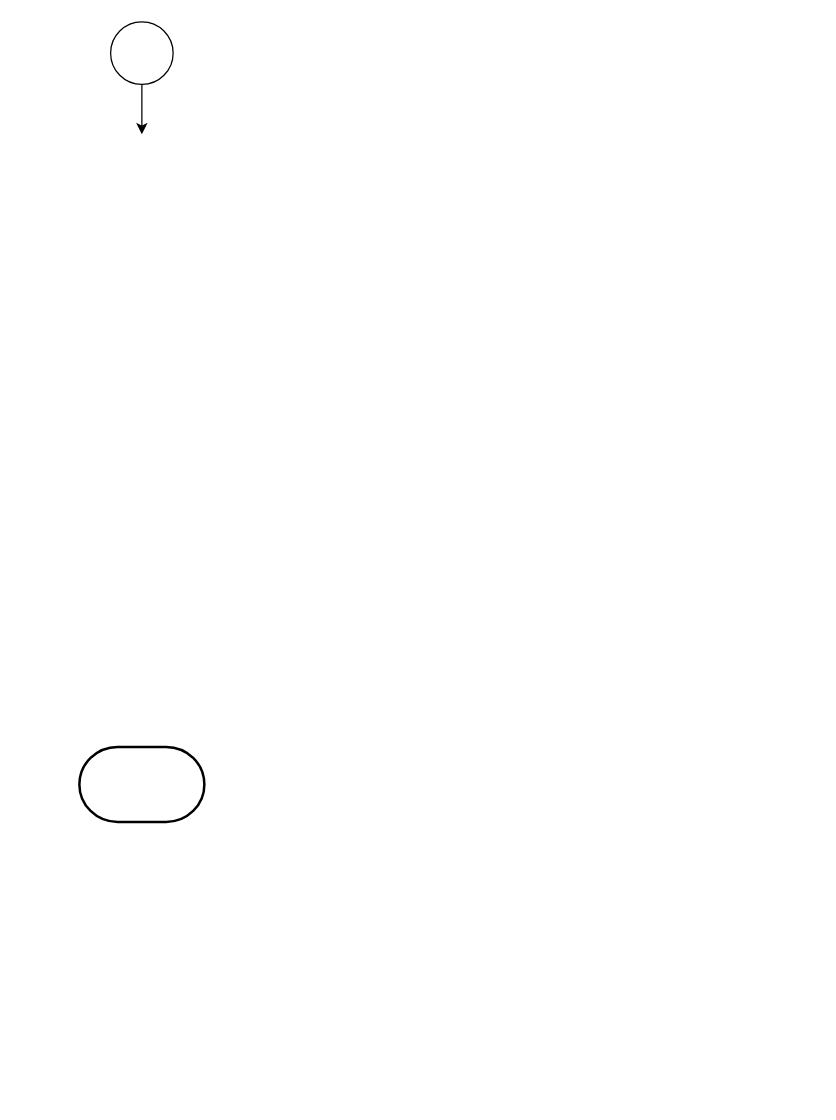
The draw.io diagram Ex.11.drawio in rafaelengineer/Curso_Logica_Acc, before the edit. Source tidied: cells renumbered, new cells numbered last; positions are measured from the earlier drawing's top-left corner, leaving out a move shared by most shapes. Both pictures are drawn from the tidied source at 125%, with x=0, y=0 at pixel (79, 21).
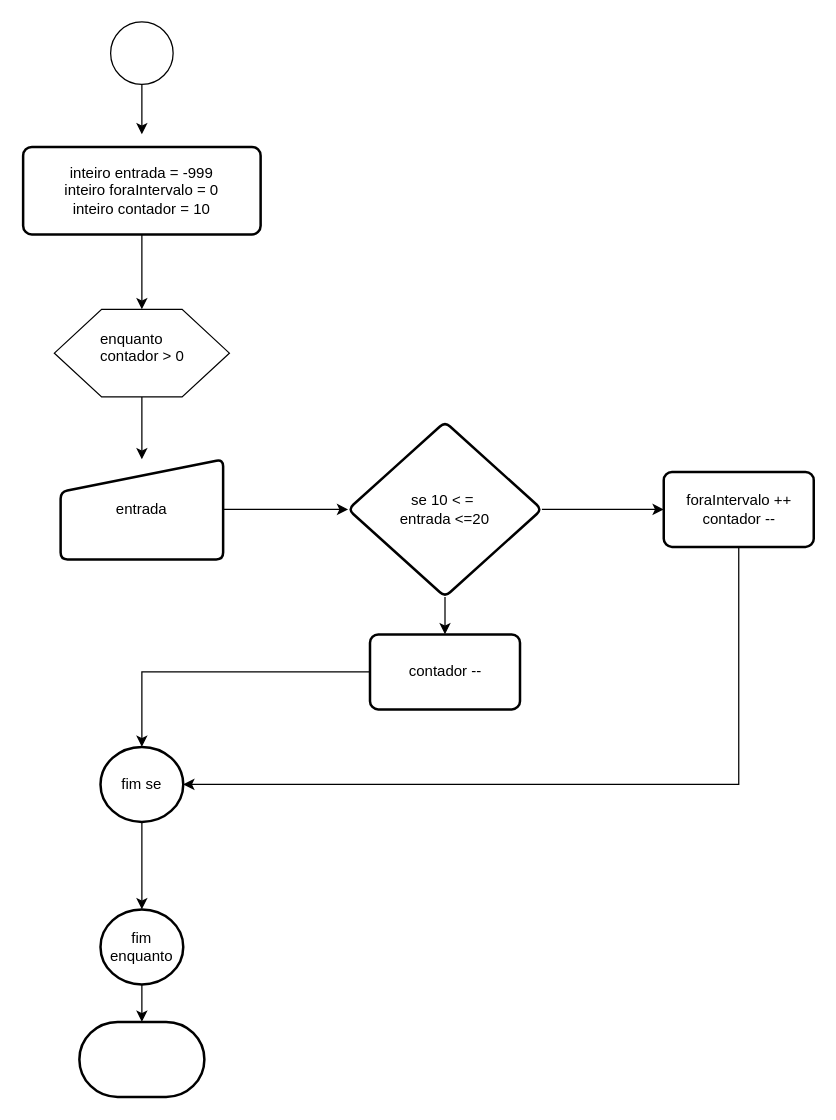
Above is the later version.

The edit, as a diff of the source:
```diff
@@
     <mxCell id="4" style="strokeWidth=2;html=1;shape=mxgraph.flowchart.terminator;whiteSpace=wrap;" parent="1" vertex="1">
-      <mxGeometry y="580" width="100" height="60" as="geometry" />
+      <mxGeometry y="800" width="100" height="60" as="geometry" />
     </mxCell>
+    <mxCell id="5" style="edgeStyle=orthogonalEdgeStyle;rounded=0;jettySize=auto;html=1;" parent="1" edge="1" source="6" target="10">
+      <mxGeometry relative="1" as="geometry" />
+    </mxCell>
+    <mxCell id="6" value="&lt;div&gt;inteiro entrada = -999&lt;br&gt;&lt;/div&gt;&lt;div&gt;inteiro foraIntervalo = 0&lt;/div&gt;&lt;div&gt;inteiro contador = 10&lt;br&gt;&lt;/div&gt;" style="rounded=1;whiteSpace=wrap;html=1;absoluteArcSize=1;arcSize=14;strokeWidth=2;" parent="1" vertex="1">
+      <mxGeometry x="-45" y="100" width="190" height="70" as="geometry" />
+    </mxCell>
+    <mxCell id="7" style="edgeStyle=orthogonalEdgeStyle;rounded=0;jettySize=auto;html=1;" parent="1" edge="1" source="8" target="14">
+      <mxGeometry relative="1" as="geometry" />
+    </mxCell>
+    <mxCell id="8" value="entrada" style="html=1;strokeWidth=2;shape=manualInput;whiteSpace=wrap;rounded=1;size=26;arcSize=11;" parent="1" vertex="1">
+      <mxGeometry x="-15" y="350" width="130" height="80" as="geometry" />
+    </mxCell>
+    <mxCell id="9" style="edgeStyle=orthogonalEdgeStyle;rounded=0;jettySize=auto;html=1;" parent="1" edge="1" source="10" target="8">
+      <mxGeometry relative="1" as="geometry" />
+    </mxCell>
+    <mxCell id="10" style="verticalLabelPosition=bottom;verticalAlign=top;html=1;shape=hexagon;perimeter=hexagonPerimeter2;arcSize=6;size=0.27;" parent="1" vertex="1">
+      <mxGeometry x="-20" y="230" width="140" height="70" as="geometry" />
+    </mxCell>
+    <mxCell id="11" value="&lt;div&gt;enquanto&amp;nbsp;&lt;/div&gt;&lt;div&gt;contador &amp;gt; 0&lt;/div&gt;" style="text;whiteSpace=wrap;html=1;" parent="1" vertex="1">
+      <mxGeometry x="15" y="240" width="110" height="50" as="geometry" />
+    </mxCell>
+    <mxCell id="12" style="edgeStyle=orthogonalEdgeStyle;rounded=0;jettySize=auto;html=1;" parent="1" edge="1" source="14" target="16">
+      <mxGeometry relative="1" as="geometry" />
+    </mxCell>
+    <mxCell id="13" style="edgeStyle=orthogonalEdgeStyle;rounded=0;jettySize=auto;html=1;" parent="1" edge="1" source="14" target="18">
+      <mxGeometry relative="1" as="geometry" />
+    </mxCell>
+    <mxCell id="14" value="&lt;div&gt;se 10 &amp;lt; =&amp;nbsp;&lt;/div&gt;&lt;div&gt;entrada &amp;lt;=20&lt;/div&gt;" style="rhombus;whiteSpace=wrap;html=1;strokeWidth=2;rounded=1;arcSize=11;" parent="1" vertex="1">
+      <mxGeometry x="215" y="320" width="155" height="140" as="geometry" />
+    </mxCell>
+    <mxCell id="15" style="edgeStyle=orthogonalEdgeStyle;rounded=0;jettySize=auto;html=1;entryX=1;entryY=0.5;entryDx=0;entryDy=0;" parent="1" edge="1" source="16" target="20">
+      <mxGeometry relative="1" as="geometry">
+        <Array as="points">
+          <mxPoint x="528" y="610" />
+        </Array>
+      </mxGeometry>
+    </mxCell>
+    <mxCell id="16" value="&lt;div&gt;foraIntervalo ++&lt;/div&gt;&lt;div&gt;contador --&lt;br&gt;&lt;/div&gt;" style="whiteSpace=wrap;html=1;strokeWidth=2;rounded=1;arcSize=11;" parent="1" vertex="1">
+      <mxGeometry x="467.5" y="360" width="120" height="60" as="geometry" />
+    </mxCell>
+    <mxCell id="17" style="edgeStyle=orthogonalEdgeStyle;rounded=0;jettySize=auto;html=1;" parent="1" edge="1" source="18" target="20">
+      <mxGeometry relative="1" as="geometry" />
+    </mxCell>
+    <mxCell id="18" value="contador --" style="whiteSpace=wrap;html=1;strokeWidth=2;rounded=1;arcSize=11;" parent="1" vertex="1">
+      <mxGeometry x="232.5" y="490" width="120" height="60" as="geometry" />
+    </mxCell>
+    <mxCell id="19" style="edgeStyle=orthogonalEdgeStyle;rounded=0;jettySize=auto;html=1;" parent="1" edge="1" source="20" target="22">
+      <mxGeometry relative="1" as="geometry" />
+    </mxCell>
+    <mxCell id="20" value="fim se" style="ellipse;whiteSpace=wrap;html=1;strokeWidth=2;rounded=1;arcSize=11;" parent="1" vertex="1">
+      <mxGeometry x="16.9" y="580" width="66.2" height="60" as="geometry" />
+    </mxCell>
+    <mxCell id="21" style="edgeStyle=orthogonalEdgeStyle;rounded=0;jettySize=auto;html=1;" parent="1" edge="1" source="22" target="4">
+      <mxGeometry relative="1" as="geometry" />
+    </mxCell>
+    <mxCell id="22" value="fim enquanto" style="ellipse;whiteSpace=wrap;html=1;strokeWidth=2;rounded=1;arcSize=11;" parent="1" vertex="1">
+      <mxGeometry x="16.9" y="710" width="66.2" height="60" as="geometry" />
+    </mxCell>
```
